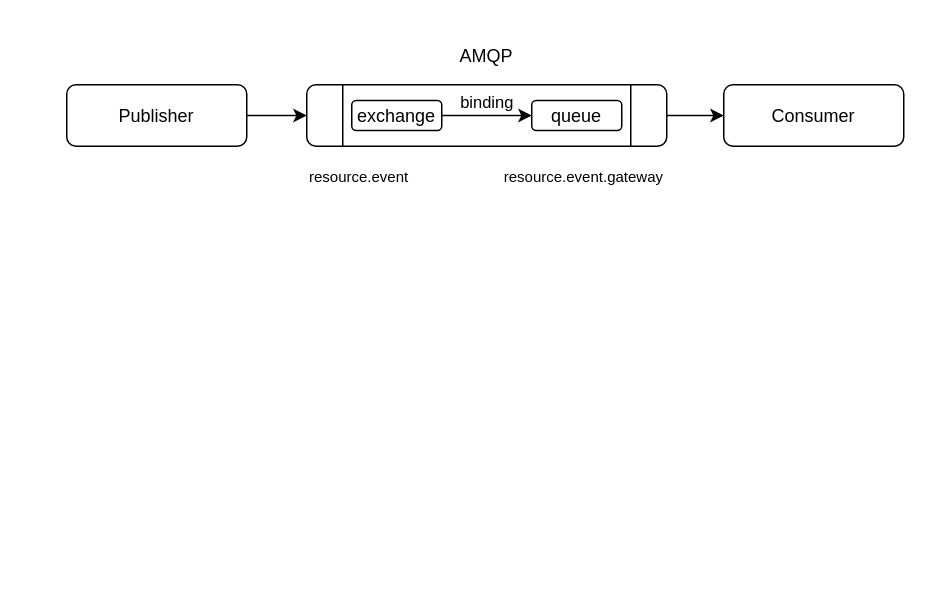
This is page "amqp" (1 of 4) of orchestrator.drawio from KArtZone/control-service, a draw.io file, before an edit. Source tidied: cells renumbered, new cells numbered last; positions are measured from the earlier drawing's top-left corner, leaving out a move shared by most shapes. Both pictures are drawn from the tidied source at 150%, with x=0, y=0 at pixel (66, 26).
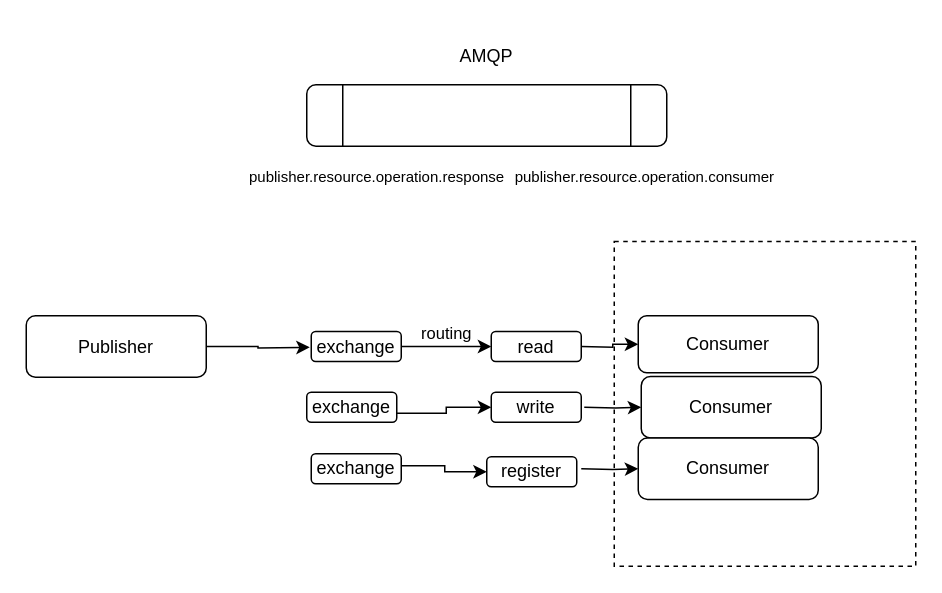
The same page after the edit.

The change refers to these unchanged cells:
```xml
<mxCell id="5" style="shape=process;whiteSpace=wrap;html=1;backgroundOutline=1;rounded=1;" parent="1" vertex="1">
  <mxGeometry x="160" y="39" width="240" height="41" as="geometry" />
</mxCell>
```

The edit, as a diff of the source:
```diff
@@
-    <mxCell id="2" style="edgeStyle=orthogonalEdgeStyle;rounded=0;jettySize=auto;html=1;" parent="1" edge="1" source="3" target="5">
-      <mxGeometry relative="1" as="geometry" />
+    <mxCell id="2" style="edgeStyle=orthogonalEdgeStyle;rounded=0;jettySize=auto;html=1;" parent="1" edge="1" source="3">
+      <mxGeometry relative="1" as="geometry">
+        <mxPoint x="162" y="214" as="targetPoint" />
+      </mxGeometry>
     </mxCell>
     <mxCell id="3" value="Publisher" style="rounded=1;whiteSpace=wrap;html=1;" parent="1" vertex="1">
-      <mxGeometry y="39" width="120" height="41" as="geometry" />
+      <mxGeometry x="-27" y="193" width="120" height="41" as="geometry" />
     </mxCell>
-    <mxCell id="4" style="edgeStyle=orthogonalEdgeStyle;rounded=0;jettySize=auto;html=1;" parent="1" edge="1" source="5" target="6">
-      <mxGeometry relative="1" as="geometry" />
+    <mxCell id="4" style="edgeStyle=orthogonalEdgeStyle;rounded=0;jettySize=auto;html=1;" parent="1" edge="1" target="6">
+      <mxGeometry relative="1" as="geometry">
+        <mxPoint x="343" y="213.5" as="sourcePoint" />
+      </mxGeometry>
     </mxCell>
@@
     <mxCell id="6" value="Consumer" style="whiteSpace=wrap;html=1;rounded=1;" parent="1" vertex="1">
-      <mxGeometry x="438" y="39" width="120" height="41" as="geometry" />
+      <mxGeometry x="381" y="193" width="120" height="38" as="geometry" />
     </mxCell>
-    <mxCell id="7" value="binding" style="edgeStyle=orthogonalEdgeStyle;rounded=0;jettySize=auto;html=1;" parent="1" edge="1" source="8" target="9">
+    <mxCell id="7" value="routing" style="edgeStyle=orthogonalEdgeStyle;rounded=0;jettySize=auto;html=1;" parent="1" edge="1" source="8" target="9">
       <mxGeometry y="10" relative="1" as="geometry">
         <mxPoint y="1" as="offset" />
       </mxGeometry>
     </mxCell>
+    <mxCell id="13" style="edgeStyle=orthogonalEdgeStyle;rounded=0;jettySize=auto;html=1;entryX=0;entryY=0.5;entryDx=0;entryDy=0;fontSize=10;" parent="1" edge="1" source="22" target="15">
+      <mxGeometry relative="1" as="geometry">
+        <Array as="points">
+          <mxPoint x="253" y="258" />
+          <mxPoint x="253" y="254" />
+        </Array>
+      </mxGeometry>
+    </mxCell>
+    <mxCell id="14" style="edgeStyle=orthogonalEdgeStyle;rounded=0;jettySize=auto;html=1;entryX=0;entryY=0.5;entryDx=0;entryDy=0;fontSize=10;exitX=0.5;exitY=0;exitDx=0;exitDy=0;" parent="1" edge="1" source="23" target="16">
+      <mxGeometry relative="1" as="geometry">
+        <Array as="points">
+          <mxPoint x="193" y="293" />
+          <mxPoint x="252" y="293" />
+          <mxPoint x="252" y="297" />
+        </Array>
+      </mxGeometry>
+    </mxCell>
     <mxCell id="8" value="exchange" style="rounded=1;whiteSpace=wrap;html=1;" parent="1" vertex="1">
-      <mxGeometry x="190" y="49.5" width="60" height="20" as="geometry" />
+      <mxGeometry x="163" y="203.5" width="60" height="20" as="geometry" />
     </mxCell>
-    <mxCell id="9" value="queue" style="rounded=1;whiteSpace=wrap;html=1;" parent="1" vertex="1">
-      <mxGeometry x="310" y="49.5" width="60" height="20" as="geometry" />
+    <mxCell id="9" value="read" style="rounded=1;whiteSpace=wrap;html=1;" parent="1" vertex="1">
+      <mxGeometry x="283" y="203.5" width="60" height="20" as="geometry" />
     </mxCell>
@@
-    <mxCell id="11" value="resource.event" style="rounded=0;whiteSpace=wrap;html=1;fillColor=none;strokeColor=none;fontSize=10;align=left;" parent="1" vertex="1">
-      <mxGeometry x="160" y="80" width="120" height="40" as="geometry" />
+    <mxCell id="11" value="publisher.resource.operation.response" style="rounded=0;whiteSpace=wrap;html=1;fillColor=none;strokeColor=none;fontSize=10;align=left;" parent="1" vertex="1">
+      <mxGeometry x="120" y="80" width="130" height="40" as="geometry" />
     </mxCell>
-    <mxCell id="12" value="resource.event.gateway" style="rounded=0;whiteSpace=wrap;html=1;fillColor=none;strokeColor=none;fontSize=10;align=right;" parent="1" vertex="1">
-      <mxGeometry x="280" y="80" width="120" height="40" as="geometry" />
+    <mxCell id="12" value="&lt;span style=&quot;text-align: left;&quot;&gt;publisher.resource.operation&lt;/span&gt;.consumer" style="rounded=0;whiteSpace=wrap;html=1;fillColor=none;strokeColor=none;fontSize=10;align=right;" parent="1" vertex="1">
+      <mxGeometry x="354" y="80" width="120" height="40" as="geometry" />
     </mxCell>
+    <mxCell id="15" value="write" style="rounded=1;whiteSpace=wrap;html=1;" parent="1" vertex="1">
+      <mxGeometry x="283" y="244" width="60" height="20" as="geometry" />
+    </mxCell>
+    <mxCell id="16" value="register" style="rounded=1;whiteSpace=wrap;html=1;" parent="1" vertex="1">
+      <mxGeometry x="280" y="287" width="60" height="20" as="geometry" />
+    </mxCell>
+    <mxCell id="17" style="edgeStyle=orthogonalEdgeStyle;rounded=0;jettySize=auto;html=1;" parent="1" edge="1" target="18">
+      <mxGeometry relative="1" as="geometry">
+        <mxPoint x="345" y="254" as="sourcePoint" />
+      </mxGeometry>
+    </mxCell>
+    <mxCell id="18" value="Consumer" style="whiteSpace=wrap;html=1;rounded=1;" parent="1" vertex="1">
+      <mxGeometry x="383" y="233.5" width="120" height="41" as="geometry" />
+    </mxCell>
+    <mxCell id="19" style="edgeStyle=orthogonalEdgeStyle;rounded=0;jettySize=auto;html=1;" parent="1" edge="1" target="20">
+      <mxGeometry relative="1" as="geometry">
+        <mxPoint x="343" y="295" as="sourcePoint" />
+      </mxGeometry>
+    </mxCell>
+    <mxCell id="20" value="Consumer" style="whiteSpace=wrap;html=1;rounded=1;" parent="1" vertex="1">
+      <mxGeometry x="381" y="274.5" width="120" height="41" as="geometry" />
+    </mxCell>
+    <mxCell id="21" style="rounded=0;whiteSpace=wrap;html=1;dashed=1;fontSize=10;fillColor=none;" parent="1" vertex="1">
+      <mxGeometry x="365" y="143.5" width="201" height="216.5" as="geometry" />
+    </mxCell>
+    <mxCell id="22" value="exchange" style="rounded=1;whiteSpace=wrap;html=1;" parent="1" vertex="1">
+      <mxGeometry x="160" y="244" width="60" height="20" as="geometry" />
+    </mxCell>
+    <mxCell id="23" value="exchange" style="rounded=1;whiteSpace=wrap;html=1;" parent="1" vertex="1">
+      <mxGeometry x="163" y="285" width="60" height="20" as="geometry" />
+    </mxCell>
```
